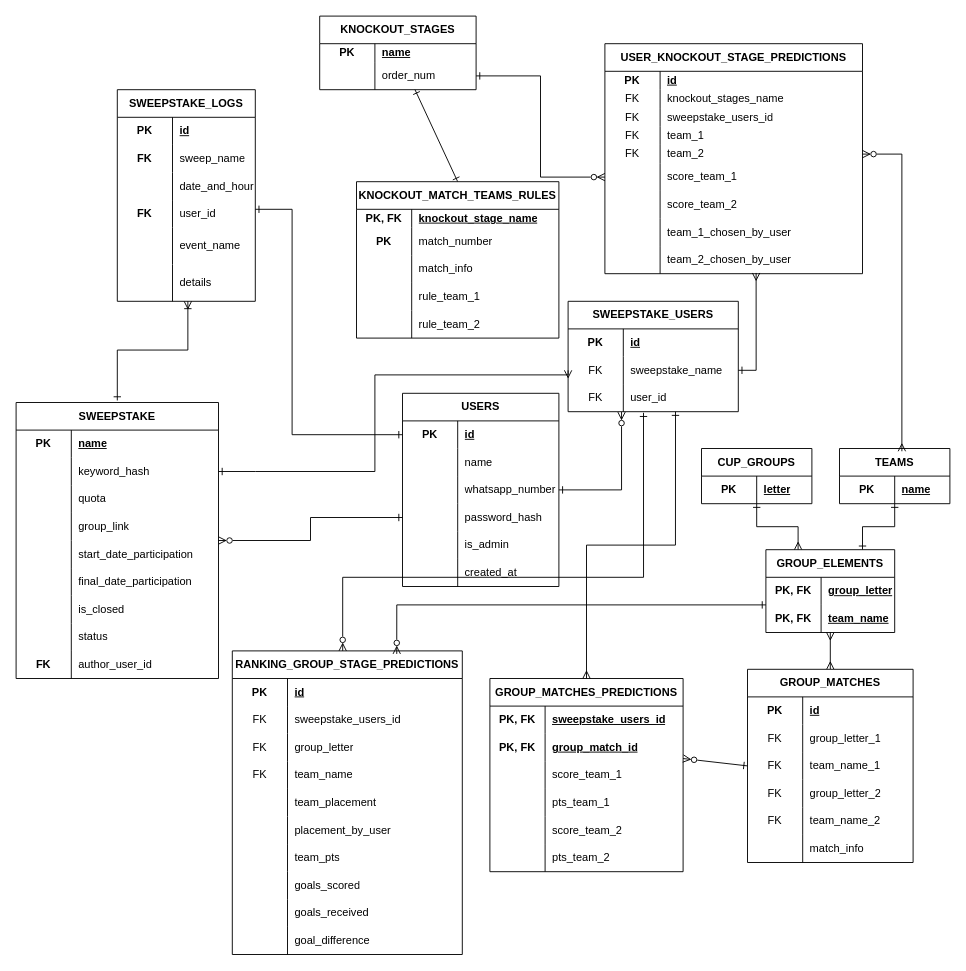
Before: docs/Database - Diagrama ER.drawio in PedroKBarros/Bolao-do-Joca-2026, a draw.io diagram. Source tidied: cells renumbered, new cells numbered last; positions are measured from the earlier drawing's top-left corner, leaving out a move shared by most shapes. Both pictures are drawn from the tidied source at 92%, with x=0, y=0 at pixel (16, 16).
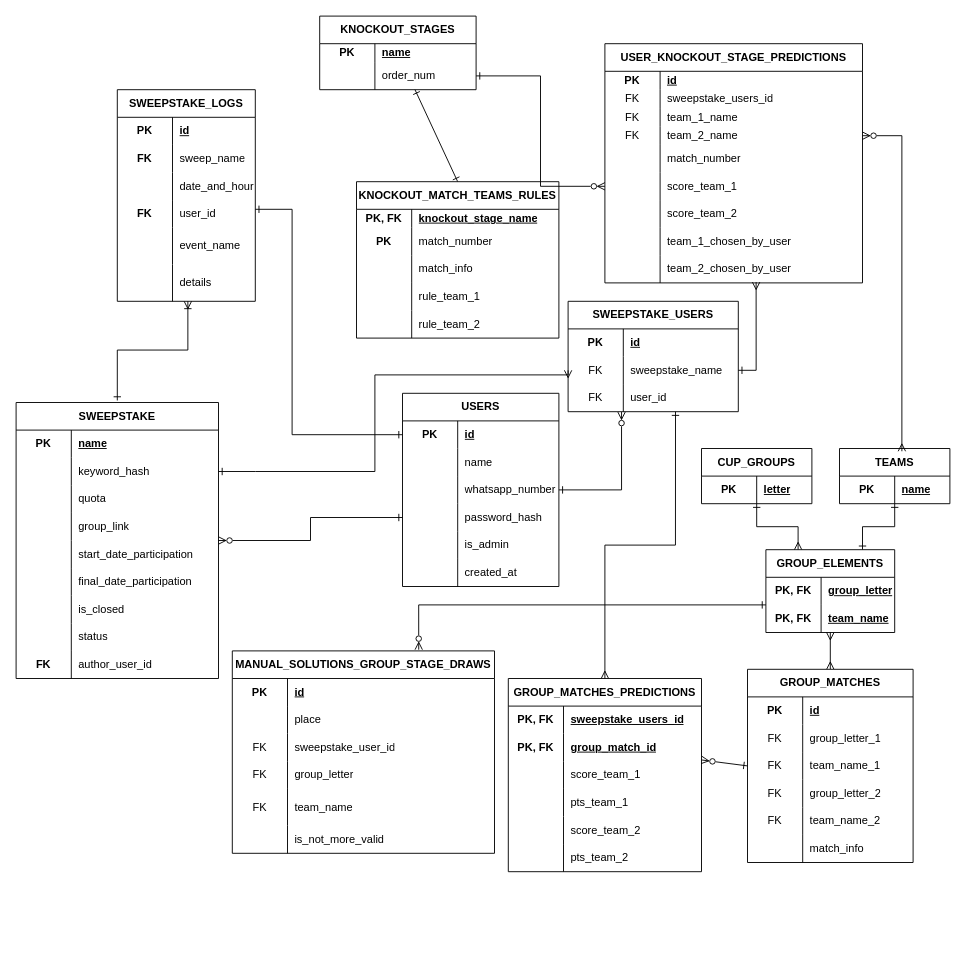
The same diagram, later.

Unchanged cells that the change refers to:
```xml
<mxCell id="14" style="shape=tableRow;horizontal=0;startSize=0;swimlaneHead=0;swimlaneBody=0;fillColor=none;points=[[0,0.5],[1,0.5]];portConstraint=eastwest;top=0;left=0;right=0;bottom=0;html=1;rounded=0;" parent="13" vertex="1">
  <mxGeometry y="30" width="140" height="30" as="geometry" />
</mxCell>
<mxCell id="203" style="shape=tableRow;horizontal=0;startSize=0;swimlaneHead=0;swimlaneBody=0;fillColor=none;points=[[0,0.5],[1,0.5]];portConstraint=eastwest;top=0;left=0;right=0;bottom=0;html=1;rounded=0;" parent="196" vertex="1">
  <mxGeometry y="90" width="185" height="30" as="geometry" />
</mxCell>
```

Change to the diagram source:
```diff
@@
     <mxCell id="39" value="GROUP_MATCHES_PREDICTIONS" style="shape=table;startSize=30;childLayout=tableLayout;rowLines=0;fontStyle=1;align=center;html=1;whiteSpace=wrap;rounded=0;" parent="1" vertex="1">
-      <mxGeometry x="515" y="720" width="210" height="210" as="geometry" />
+      <mxGeometry x="535" y="720" width="210" height="210" as="geometry" />
     </mxCell>
@@
-    <mxCell id="79" style="edgeStyle=orthogonalEdgeStyle;html=1;entryX=0.443;entryY=1.04;entryDx=0;entryDy=0;startArrow=ERzeroToMany;startFill=0;endArrow=ERone;endFill=0;rounded=0;curved=0;entryPerimeter=0;" parent="1" edge="1" source="80" target="203">
-      <mxGeometry relative="1" as="geometry">
-        <Array as="points">
-          <mxPoint x="355" y="610" />
-          <mxPoint x="682" y="610" />
-        </Array>
-      </mxGeometry>
-    </mxCell>
-    <mxCell id="80" value="RANKING_GROUP_STAGE_PREDICTIONS" style="shape=table;startSize=30;childLayout=tableLayout;rowLines=0;fontStyle=1;align=center;html=1;whiteSpace=wrap;rounded=0;" parent="1" vertex="1">
-      <mxGeometry x="235" y="690" width="250" height="330" as="geometry" />
+    <mxCell id="80" value="MANUAL_SOLUTIONS_GROUP_STAGE_DRAWS" style="shape=table;startSize=30;childLayout=tableLayout;rowLines=0;fontStyle=1;align=center;html=1;whiteSpace=wrap;rounded=0;" parent="1" vertex="1">
+      <mxGeometry x="235" y="690" width="285" height="220" as="geometry" />
     </mxCell>
     <mxCell id="81" style="shape=tableRow;horizontal=0;startSize=0;swimlaneHead=0;swimlaneBody=0;fillColor=none;top=0;left=0;right=0;bottom=0;html=1;rounded=0;" parent="80" vertex="1">
-      <mxGeometry y="30" width="250" height="30" as="geometry" />
+      <mxGeometry y="30" width="285" height="30" as="geometry" />
     </mxCell>
@@
     <mxCell id="83" value="id" style="shape=partialRectangle;fillColor=none;top=0;left=0;bottom=0;right=0;align=left;spacingLeft=6;fontStyle=5;overflow=hidden;html=1;whiteSpace=wrap;rounded=0;" parent="81" vertex="1">
-      <mxGeometry x="60" width="190" height="30" as="geometry" />
+      <mxGeometry x="60" width="225" height="30" as="geometry" />
     </mxCell>
     <mxCell id="84" style="shape=tableRow;horizontal=0;startSize=0;swimlaneHead=0;swimlaneBody=0;fillColor=none;top=0;left=0;right=0;bottom=0;html=1;rounded=0;" parent="80" vertex="1">
-      <mxGeometry y="60" width="250" height="30" as="geometry" />
+      <mxGeometry y="60" width="285" height="30" as="geometry" />
     </mxCell>
-    <mxCell id="85" value="FK" style="shape=partialRectangle;fillColor=none;top=0;left=0;bottom=0;right=0;fontStyle=0;overflow=hidden;html=1;whiteSpace=wrap;rounded=0;" parent="84" vertex="1">
+    <mxCell id="85" style="shape=partialRectangle;fillColor=none;top=0;left=0;bottom=0;right=0;fontStyle=0;overflow=hidden;html=1;whiteSpace=wrap;rounded=0;" parent="84" vertex="1">
       <mxGeometry width="60" height="30" as="geometry" />
     </mxCell>
-    <mxCell id="86" value="&lt;span style=&quot;color: rgb(0, 0, 0);&quot;&gt;sweepstake_users_id&lt;/span&gt;" style="shape=partialRectangle;fillColor=none;top=0;left=0;bottom=0;right=0;align=left;spacingLeft=6;fontStyle=0;overflow=hidden;html=1;whiteSpace=wrap;rounded=0;" parent="84" vertex="1">
-      <mxGeometry x="60" width="190" height="30" as="geometry" />
+    <mxCell id="86" value="place" style="shape=partialRectangle;fillColor=none;top=0;left=0;bottom=0;right=0;align=left;spacingLeft=6;fontStyle=0;overflow=hidden;html=1;whiteSpace=wrap;rounded=0;" parent="84" vertex="1">
+      <mxGeometry x="60" width="225" height="30" as="geometry" />
     </mxCell>
+    <mxCell id="229" style="shape=tableRow;horizontal=0;startSize=0;swimlaneHead=0;swimlaneBody=0;fillColor=none;top=0;left=0;right=0;bottom=0;html=1;rounded=0;" parent="80" vertex="1">
+      <mxGeometry y="90" width="285" height="30" as="geometry" />
+    </mxCell>
+    <mxCell id="141" value="FK" style="shape=partialRectangle;fillColor=none;top=0;left=0;bottom=0;right=0;fontStyle=0;overflow=hidden;html=1;whiteSpace=wrap;rounded=0;" parent="229" vertex="1">
+      <mxGeometry width="60" height="30" as="geometry" />
+    </mxCell>
+    <mxCell id="230" value="sweepstake_user_id" style="shape=partialRectangle;fillColor=none;top=0;left=0;bottom=0;right=0;align=left;spacingLeft=6;fontStyle=0;overflow=hidden;html=1;whiteSpace=wrap;rounded=0;" parent="229" vertex="1">
+      <mxGeometry x="60" width="225" height="30" as="geometry" />
+    </mxCell>
     <mxCell id="87" style="shape=tableRow;horizontal=0;startSize=0;swimlaneHead=0;swimlaneBody=0;fillColor=none;top=0;left=0;right=0;bottom=0;html=1;rounded=0;" parent="80" vertex="1">
-      <mxGeometry y="90" width="250" height="30" as="geometry" />
+      <mxGeometry y="120" width="285" height="30" as="geometry" />
     </mxCell>
@@
     <mxCell id="89" value="group_letter" style="shape=partialRectangle;fillColor=none;top=0;left=0;bottom=0;right=0;align=left;spacingLeft=6;fontStyle=0;overflow=hidden;html=1;whiteSpace=wrap;rounded=0;" parent="87" vertex="1">
-      <mxGeometry x="60" width="190" height="30" as="geometry" />
+      <mxGeometry x="60" width="225" height="30" as="geometry" />
     </mxCell>
     <mxCell id="90" style="shape=tableRow;horizontal=0;startSize=0;swimlaneHead=0;swimlaneBody=0;fillColor=none;top=0;left=0;right=0;bottom=0;html=1;rounded=0;" parent="80" vertex="1">
-      <mxGeometry y="120" width="250" height="30" as="geometry" />
+      <mxGeometry y="150" width="285" height="40" as="geometry" />
     </mxCell>
     <mxCell id="91" value="FK" style="shape=partialRectangle;fillColor=none;top=0;left=0;bottom=0;right=0;fontStyle=0;overflow=hidden;html=1;whiteSpace=wrap;rounded=0;" parent="90" vertex="1">
-      <mxGeometry width="60" height="30" as="geometry" />
+      <mxGeometry width="60" height="40" as="geometry" />
     </mxCell>
     <mxCell id="92" value="team_name" style="shape=partialRectangle;fillColor=none;top=0;left=0;bottom=0;right=0;align=left;spacingLeft=6;fontStyle=0;overflow=hidden;html=1;whiteSpace=wrap;rounded=0;" parent="90" vertex="1">
-      <mxGeometry x="60" width="190" height="30" as="geometry" />
+      <mxGeometry x="60" width="225" height="40" as="geometry" />
     </mxCell>
-    <mxCell id="93" style="shape=tableRow;horizontal=0;startSize=0;swimlaneHead=0;swimlaneBody=0;fillColor=none;top=0;left=0;right=0;bottom=0;html=1;rounded=0;" parent="80" vertex="1">
-      <mxGeometry y="150" width="250" height="30" as="geometry" />
-    </mxCell>
-    <mxCell id="94" style="shape=partialRectangle;fillColor=none;top=0;left=0;bottom=0;right=0;fontStyle=1;overflow=hidden;html=1;whiteSpace=wrap;rounded=0;" parent="93" vertex="1">
-      <mxGeometry width="60" height="30" as="geometry" />
-    </mxCell>
-    <mxCell id="95" value="team_placement" style="shape=partialRectangle;fillColor=none;top=0;left=0;bottom=0;right=0;align=left;spacingLeft=6;fontStyle=0;overflow=hidden;html=1;whiteSpace=wrap;rounded=0;" parent="93" vertex="1">
-      <mxGeometry x="60" width="190" height="30" as="geometry" />
-    </mxCell>
-    <mxCell id="96" style="shape=tableRow;horizontal=0;startSize=0;swimlaneHead=0;swimlaneBody=0;fillColor=none;top=0;left=0;right=0;bottom=0;html=1;rounded=0;" parent="80" vertex="1">
-      <mxGeometry y="180" width="250" height="30" as="geometry" />
-    </mxCell>
-    <mxCell id="97" style="shape=partialRectangle;fillColor=none;top=0;left=0;bottom=0;right=0;fontStyle=1;overflow=hidden;html=1;whiteSpace=wrap;rounded=0;" parent="96" vertex="1">
-      <mxGeometry width="60" height="30" as="geometry" />
-    </mxCell>
-    <mxCell id="98" value="placement_by_user" style="shape=partialRectangle;fillColor=none;top=0;left=0;bottom=0;right=0;align=left;spacingLeft=6;fontStyle=0;overflow=hidden;html=1;whiteSpace=wrap;rounded=0;" parent="96" vertex="1">
-      <mxGeometry x="60" width="190" height="30" as="geometry" />
-    </mxCell>
-    <mxCell id="99" style="shape=tableRow;horizontal=0;startSize=0;swimlaneHead=0;swimlaneBody=0;fillColor=none;top=0;left=0;right=0;bottom=0;html=1;rounded=0;" parent="80" vertex="1">
-      <mxGeometry y="210" width="250" height="30" as="geometry" />
-    </mxCell>
-    <mxCell id="100" style="shape=partialRectangle;fillColor=none;top=0;left=0;bottom=0;right=0;fontStyle=1;overflow=hidden;html=1;whiteSpace=wrap;rounded=0;" parent="99" vertex="1">
-      <mxGeometry width="60" height="30" as="geometry" />
-    </mxCell>
-    <mxCell id="101" value="team_pts" style="shape=partialRectangle;fillColor=none;top=0;left=0;bottom=0;right=0;align=left;spacingLeft=6;fontStyle=0;overflow=hidden;html=1;whiteSpace=wrap;rounded=0;" parent="99" vertex="1">
-      <mxGeometry x="60" width="190" height="30" as="geometry" />
-    </mxCell>
-    <mxCell id="102" style="shape=tableRow;horizontal=0;startSize=0;swimlaneHead=0;swimlaneBody=0;fillColor=none;top=0;left=0;right=0;bottom=0;html=1;rounded=0;" parent="80" vertex="1">
-      <mxGeometry y="240" width="250" height="30" as="geometry" />
-    </mxCell>
-    <mxCell id="103" style="shape=partialRectangle;fillColor=none;top=0;left=0;bottom=0;right=0;fontStyle=1;overflow=hidden;html=1;whiteSpace=wrap;rounded=0;" parent="102" vertex="1">
-      <mxGeometry width="60" height="30" as="geometry" />
-    </mxCell>
-    <mxCell id="104" value="goals_scored" style="shape=partialRectangle;fillColor=none;top=0;left=0;bottom=0;right=0;align=left;spacingLeft=6;fontStyle=0;overflow=hidden;html=1;whiteSpace=wrap;rounded=0;" parent="102" vertex="1">
-      <mxGeometry x="60" width="190" height="30" as="geometry" />
-    </mxCell>
-    <mxCell id="105" style="shape=tableRow;horizontal=0;startSize=0;swimlaneHead=0;swimlaneBody=0;fillColor=none;top=0;left=0;right=0;bottom=0;html=1;rounded=0;" parent="80" vertex="1">
-      <mxGeometry y="270" width="250" height="30" as="geometry" />
-    </mxCell>
-    <mxCell id="106" style="shape=partialRectangle;fillColor=none;top=0;left=0;bottom=0;right=0;fontStyle=1;overflow=hidden;html=1;whiteSpace=wrap;rounded=0;" parent="105" vertex="1">
-      <mxGeometry width="60" height="30" as="geometry" />
-    </mxCell>
-    <mxCell id="107" value="goals_received" style="shape=partialRectangle;fillColor=none;top=0;left=0;bottom=0;right=0;align=left;spacingLeft=6;fontStyle=0;overflow=hidden;html=1;whiteSpace=wrap;rounded=0;" parent="105" vertex="1">
-      <mxGeometry x="60" width="190" height="30" as="geometry" />
-    </mxCell>
-    <mxCell id="108" style="shape=tableRow;horizontal=0;startSize=0;swimlaneHead=0;swimlaneBody=0;fillColor=none;top=0;left=0;right=0;bottom=0;html=1;rounded=0;" parent="80" vertex="1">
-      <mxGeometry y="300" width="250" height="30" as="geometry" />
-    </mxCell>
-    <mxCell id="109" style="shape=partialRectangle;fillColor=none;top=0;left=0;bottom=0;right=0;fontStyle=1;overflow=hidden;html=1;whiteSpace=wrap;rounded=0;" parent="108" vertex="1">
-      <mxGeometry width="60" height="30" as="geometry" />
-    </mxCell>
-    <mxCell id="110" value="goal_difference" style="shape=partialRectangle;fillColor=none;top=0;left=0;bottom=0;right=0;align=left;spacingLeft=6;fontStyle=0;overflow=hidden;html=1;whiteSpace=wrap;rounded=0;" parent="108" vertex="1">
-      <mxGeometry x="60" width="190" height="30" as="geometry" />
-    </mxCell>
+    <mxCell id="231" style="shape=tableRow;horizontal=0;startSize=0;swimlaneHead=0;swimlaneBody=0;fillColor=none;top=0;left=0;right=0;bottom=0;html=1;rounded=0;" parent="80" vertex="1">
+      <mxGeometry y="190" width="285" height="30" as="geometry" />
+    </mxCell>
+    <mxCell id="232" style="shape=partialRectangle;fillColor=none;top=0;left=0;bottom=0;right=0;fontStyle=0;overflow=hidden;html=1;whiteSpace=wrap;rounded=0;" parent="231" vertex="1">
+      <mxGeometry width="60" height="30" as="geometry" />
+    </mxCell>
+    <mxCell id="233" value="is_not_more_valid" style="shape=partialRectangle;fillColor=none;top=0;left=0;bottom=0;right=0;align=left;spacingLeft=6;fontStyle=0;overflow=hidden;html=1;whiteSpace=wrap;rounded=0;" parent="231" vertex="1">
+      <mxGeometry x="60" width="225" height="30" as="geometry" />
+    </mxCell>
-    <mxCell id="111" style="edgeStyle=orthogonalEdgeStyle;html=1;entryX=0.715;entryY=0.01;entryDx=0;entryDy=0;entryPerimeter=0;endArrow=ERzeroToMany;endFill=0;startArrow=ERone;startFill=0;rounded=0;curved=0;" parent="1" edge="1" source="14" target="80">
+    <mxCell id="111" style="edgeStyle=orthogonalEdgeStyle;html=1;endArrow=ERzeroToMany;endFill=0;startArrow=ERone;startFill=0;rounded=0;curved=0;entryX=0.711;entryY=-0.006;entryDx=0;entryDy=0;entryPerimeter=0;" parent="1" edge="1" source="14" target="80">
       <mxGeometry relative="1" as="geometry">
         <Array as="points">
-          <mxPoint x="414" y="640" />
+          <mxPoint x="438" y="640" />
         </Array>
       </mxGeometry>
     </mxCell>
@@
     <mxCell id="136" value="&lt;span style=&quot;color: rgb(0, 0, 0);&quot;&gt;USER_KNOCKOUT_STAGE_PREDICTIONS&lt;/span&gt;" style="shape=table;startSize=30;childLayout=tableLayout;rowLines=0;fontStyle=1;align=center;html=1;whiteSpace=wrap;rounded=0;" parent="1" vertex="1">
-      <mxGeometry x="640" y="30" width="280" height="250" as="geometry" />
+      <mxGeometry x="640" y="30" width="280" height="260" as="geometry" />
     </mxCell>
@@
-    <mxCell id="140" style="shape=tableRow;horizontal=0;startSize=0;swimlaneHead=0;swimlaneBody=0;fillColor=none;top=0;left=0;right=0;bottom=0;html=1;rounded=0;fontStyle=0;" parent="136" vertex="1">
-      <mxGeometry y="50" width="280" height="20" as="geometry" />
-    </mxCell>
-    <mxCell id="141" value="&lt;span style=&quot;font-weight: normal;&quot;&gt;FK&lt;/span&gt;" style="shape=partialRectangle;fillColor=none;top=0;left=0;bottom=0;right=0;fontStyle=1;overflow=hidden;html=1;whiteSpace=wrap;rounded=0;" parent="140" vertex="1">
-      <mxGeometry width="60" height="20" as="geometry" />
-    </mxCell>
-    <mxCell id="142" value="&lt;span style=&quot;font-weight: normal;&quot;&gt;knockout_stages_name&lt;/span&gt;" style="shape=partialRectangle;fillColor=none;top=0;left=0;bottom=0;right=0;align=left;spacingLeft=6;fontStyle=1;overflow=hidden;html=1;whiteSpace=wrap;rounded=0;" parent="140" vertex="1">
-      <mxGeometry x="60" width="220" height="20" as="geometry" />
-    </mxCell>
     <mxCell id="143" style="shape=tableRow;horizontal=0;startSize=0;swimlaneHead=0;swimlaneBody=0;fillColor=none;top=0;left=0;right=0;bottom=0;html=1;rounded=0;fontStyle=0;" parent="136" vertex="1">
-      <mxGeometry y="70" width="280" height="20" as="geometry" />
+      <mxGeometry y="50" width="280" height="20" as="geometry" />
     </mxCell>
@@
     <mxCell id="146" style="shape=tableRow;horizontal=0;startSize=0;swimlaneHead=0;swimlaneBody=0;fillColor=none;top=0;left=0;right=0;bottom=0;html=1;rounded=0;fontStyle=0;" parent="136" vertex="1">
-      <mxGeometry y="90" width="280" height="20" as="geometry" />
+      <mxGeometry y="70" width="280" height="20" as="geometry" />
     </mxCell>
@@
-    <mxCell id="148" value="team_1" style="shape=partialRectangle;fillColor=none;top=0;left=0;bottom=0;right=0;align=left;spacingLeft=6;fontStyle=0;overflow=hidden;html=1;whiteSpace=wrap;rounded=0;" parent="146" vertex="1">
+    <mxCell id="148" value="team_1_name" style="shape=partialRectangle;fillColor=none;top=0;left=0;bottom=0;right=0;align=left;spacingLeft=6;fontStyle=0;overflow=hidden;html=1;whiteSpace=wrap;rounded=0;" parent="146" vertex="1">
       <mxGeometry x="60" width="220" height="20" as="geometry" />
     </mxCell>
     <mxCell id="149" style="shape=tableRow;horizontal=0;startSize=0;swimlaneHead=0;swimlaneBody=0;fillColor=none;points=[[0,0.5],[1,0.5]];portConstraint=eastwest;top=0;left=0;right=0;bottom=0;html=1;rounded=0;fontStyle=0;" parent="136" vertex="1">
-      <mxGeometry y="110" width="280" height="20" as="geometry" />
+      <mxGeometry y="90" width="280" height="20" as="geometry" />
     </mxCell>
@@
-    <mxCell id="151" value="team_2" style="shape=partialRectangle;fillColor=none;top=0;left=0;bottom=0;right=0;align=left;spacingLeft=6;fontStyle=0;overflow=hidden;html=1;whiteSpace=wrap;rounded=0;" parent="149" vertex="1">
+    <mxCell id="151" value="team_2_name" style="shape=partialRectangle;fillColor=none;top=0;left=0;bottom=0;right=0;align=left;spacingLeft=6;fontStyle=0;overflow=hidden;html=1;whiteSpace=wrap;rounded=0;" parent="149" vertex="1">
       <mxGeometry x="60" width="220" height="20" as="geometry" />
     </mxCell>
+    <mxCell id="234" style="shape=tableRow;horizontal=0;startSize=0;swimlaneHead=0;swimlaneBody=0;fillColor=none;top=0;left=0;right=0;bottom=0;html=1;rounded=0;" parent="136" vertex="1">
+      <mxGeometry y="110" width="280" height="30" as="geometry" />
+    </mxCell>
+    <mxCell id="235" style="shape=partialRectangle;fillColor=none;top=0;left=0;bottom=0;right=0;fontStyle=1;overflow=hidden;html=1;whiteSpace=wrap;rounded=0;" parent="234" vertex="1">
+      <mxGeometry width="60" height="30" as="geometry" />
+    </mxCell>
+    <mxCell id="236" value="match_number" style="shape=partialRectangle;fillColor=none;top=0;left=0;bottom=0;right=0;align=left;spacingLeft=6;fontStyle=0;overflow=hidden;html=1;whiteSpace=wrap;rounded=0;" parent="234" vertex="1">
+      <mxGeometry x="60" width="220" height="30" as="geometry" />
+    </mxCell>
     <mxCell id="152" style="shape=tableRow;horizontal=0;startSize=0;swimlaneHead=0;swimlaneBody=0;fillColor=none;points=[[0,0.5],[1,0.5]];portConstraint=eastwest;top=0;left=0;right=0;bottom=0;html=1;rounded=0;" parent="136" vertex="1">
-      <mxGeometry y="130" width="280" height="30" as="geometry" />
+      <mxGeometry y="140" width="280" height="30" as="geometry" />
     </mxCell>
@@
     <mxCell id="155" style="shape=tableRow;horizontal=0;startSize=0;swimlaneHead=0;swimlaneBody=0;fillColor=none;top=0;left=0;right=0;bottom=0;html=1;rounded=0;" parent="136" vertex="1">
-      <mxGeometry y="160" width="280" height="30" as="geometry" />
+      <mxGeometry y="170" width="280" height="30" as="geometry" />
     </mxCell>
@@
     <mxCell id="158" style="shape=tableRow;horizontal=0;startSize=0;swimlaneHead=0;swimlaneBody=0;fillColor=none;top=0;left=0;right=0;bottom=0;html=1;rounded=0;" parent="136" vertex="1">
-      <mxGeometry y="190" width="280" height="30" as="geometry" />
+      <mxGeometry y="200" width="280" height="30" as="geometry" />
     </mxCell>
@@
     <mxCell id="161" style="shape=tableRow;horizontal=0;startSize=0;swimlaneHead=0;swimlaneBody=0;fillColor=none;points=[[0,0.5],[1,0.5]];portConstraint=eastwest;top=0;left=0;right=0;bottom=0;html=1;rounded=0;" parent="136" vertex="1">
-      <mxGeometry y="220" width="280" height="30" as="geometry" />
+      <mxGeometry y="230" width="280" height="30" as="geometry" />
     </mxCell>
```
